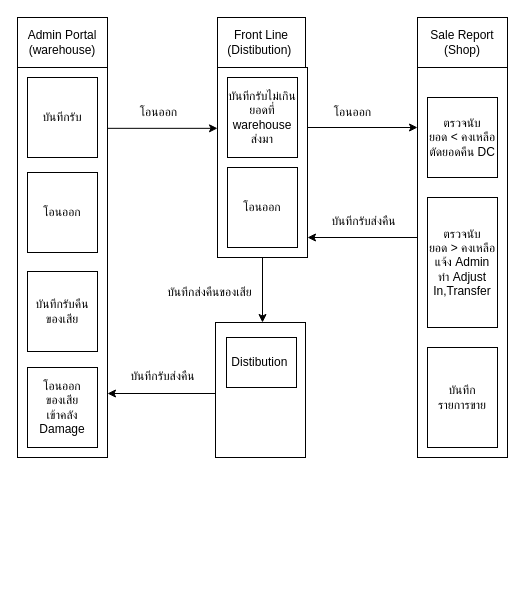
This is .@Doc/Diagram/ProductStock Diagram.drawio from Arnan-TiTo/ADWPORTAL, a draw.io file, before an edit. Source tidied: cells renumbered, new cells numbered last; positions are measured from the earlier drawing's top-left corner, leaving out a move shared by most shapes. Both pictures are drawn from the tidied source at 100%, with x=0, y=0 at pixel (17, 17).
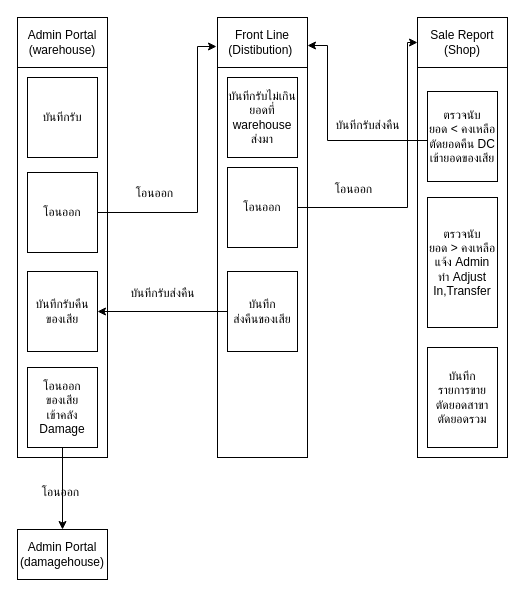
The same page after the edit.

Unchanged cells that the change refers to:
```xml
<mxCell id="2" style="html=1;points=[[0,0,0,0,5],[0,1,0,0,-5],[1,0,0,0,5],[1,1,0,0,-5]];perimeter=orthogonalPerimeter;outlineConnect=0;targetShapes=umlLifeline;portConstraint=eastwest;newEdgeStyle={&quot;curved&quot;:0,&quot;rounded&quot;:0};" parent="1" vertex="1">
  <mxGeometry y="50" width="90" height="390" as="geometry" />
</mxCell>
<mxCell id="6" style="html=1;points=[[0,0,0,0,5],[0,1,0,0,-5],[1,0,0,0,5],[1,1,0,0,-5]];perimeter=orthogonalPerimeter;outlineConnect=0;targetShapes=umlLifeline;portConstraint=eastwest;newEdgeStyle={&quot;curved&quot;:0,&quot;rounded&quot;:0};" parent="1" vertex="1">
  <mxGeometry x="400" y="50" width="90" height="390" as="geometry" />
</mxCell>
<mxCell id="7" value="Sale Report&lt;br&gt;(Shop)" style="html=1;whiteSpace=wrap;" parent="1" vertex="1">
  <mxGeometry x="400" width="90" height="50" as="geometry" />
</mxCell>
<mxCell id="23" value="&amp;nbsp;โอนออก&amp;nbsp;" style="whiteSpace=wrap;html=1;" parent="1" vertex="1">
  <mxGeometry x="210" y="150" width="70" height="80" as="geometry" />
</mxCell>
<mxCell id="26" value="โอนออก" style="whiteSpace=wrap;html=1;" parent="1" vertex="1">
  <mxGeometry x="10" y="155" width="70" height="80" as="geometry" />
</mxCell>
<mxCell id="27" value="บันทึกรับคืน&lt;div&gt;ของเสีย&lt;/div&gt;" style="whiteSpace=wrap;html=1;" parent="1" vertex="1">
  <mxGeometry x="10" y="254" width="70" height="80" as="geometry" />
</mxCell>
<mxCell id="28" value="โอนออก&lt;div&gt;ของเสีย&lt;/div&gt;&lt;div&gt;เข้าคลัง&lt;/div&gt;&lt;div&gt;Damage&lt;/div&gt;" style="whiteSpace=wrap;html=1;" parent="1" vertex="1">
  <mxGeometry x="10" y="350" width="70" height="80" as="geometry" />
</mxCell>
```

Change to the diagram source:
```diff
@@
     <mxCell id="4" style="html=1;points=[[0,0,0,0,5],[0,1,0,0,-5],[1,0,0,0,5],[1,1,0,0,-5]];perimeter=orthogonalPerimeter;outlineConnect=0;targetShapes=umlLifeline;portConstraint=eastwest;newEdgeStyle={&quot;curved&quot;:0,&quot;rounded&quot;:0};" parent="1" vertex="1">
-      <mxGeometry x="200" y="50" width="90" height="190" as="geometry" />
+      <mxGeometry x="200" y="50" width="90" height="390" as="geometry" />
     </mxCell>
     <mxCell id="5" value="Front Line&lt;br&gt;(Distibution)&amp;nbsp;" style="html=1;whiteSpace=wrap;" parent="1" vertex="1">
-      <mxGeometry x="200" width="88" height="50" as="geometry" />
+      <mxGeometry x="200" width="90" height="50" as="geometry" />
     </mxCell>
@@
-    <mxCell id="8" style="edgeStyle=none;jettySize=auto;html=1;rounded=0;exitX=1;exitY=0.156;exitDx=0;exitDy=0;exitPerimeter=0;" parent="1" edge="1" source="2" target="4">
-      <mxGeometry relative="1" as="geometry" />
+    <mxCell id="8" style="edgeStyle=none;jettySize=auto;html=1;rounded=0;" parent="1" edge="1" source="26">
+      <mxGeometry relative="1" as="geometry">
+        <mxPoint x="199" y="29" as="targetPoint" />
+        <Array as="points">
+          <mxPoint x="180" y="195" />
+          <mxPoint x="180" y="29" />
+        </Array>
+      </mxGeometry>
     </mxCell>
     <mxCell id="9" value="โอนออก" style="text;html=1;align=center;verticalAlign=middle;strokeColor=none;fillColor=none;" parent="1" vertex="1">
-      <mxGeometry x="106" y="80" width="70" height="30" as="geometry" />
+      <mxGeometry x="102" y="161" width="70" height="30" as="geometry" />
     </mxCell>
-    <mxCell id="10" style="edgeStyle=none;orthogonalLoop=1;jettySize=auto;html=1;rounded=0;exitX=1;exitY=0.156;exitDx=0;exitDy=0;exitPerimeter=0;" parent="1" edge="1">
+    <mxCell id="10" style="edgeStyle=none;jettySize=auto;html=1;rounded=0;exitX=1;exitY=0.5;exitDx=0;exitDy=0;entryX=0;entryY=0.5;entryDx=0;entryDy=0;" parent="1" edge="1" source="23" target="7">
       <mxGeometry relative="1" as="geometry">
-        <mxPoint x="290" y="110" as="sourcePoint" />
-        <mxPoint x="400" y="110" as="targetPoint" />
+        <Array as="points">
+          <mxPoint x="390" y="190" />
+          <mxPoint x="390" y="25" />
+        </Array>
       </mxGeometry>
     </mxCell>
     <mxCell id="11" value="โอนออก" style="text;html=1;align=center;verticalAlign=middle;strokeColor=none;fillColor=none;" parent="1" vertex="1">
-      <mxGeometry x="300" y="80" width="70" height="30" as="geometry" />
+      <mxGeometry x="301" y="157" width="70" height="30" as="geometry" />
     </mxCell>
-    <mxCell id="12" style="html=1;points=[[0,0,0,0,5],[0,1,0,0,-5],[1,0,0,0,5],[1,1,0,0,-5]];perimeter=orthogonalPerimeter;outlineConnect=0;targetShapes=umlLifeline;portConstraint=eastwest;newEdgeStyle={&quot;curved&quot;:0,&quot;rounded&quot;:0};" parent="1" vertex="1">
-      <mxGeometry x="198" y="305" width="90" height="135" as="geometry" />
-    </mxCell>
-    <mxCell id="13" value="Distibution&amp;nbsp;" style="html=1;whiteSpace=wrap;" parent="1" vertex="1">
-      <mxGeometry x="209" y="320" width="70" height="50" as="geometry" />
-    </mxCell>
-    <mxCell id="14" style="edgeStyle=none;jettySize=auto;html=1;rounded=0;" parent="1" edge="1" source="4" target="12">
-      <mxGeometry relative="1" as="geometry" />
-    </mxCell>
-    <mxCell id="15" value="บันทึกส่งคืนของเสีย" style="text;html=1;align=center;verticalAlign=middle;strokeColor=none;fillColor=none;" parent="1" vertex="1">
-      <mxGeometry x="132" y="260" width="120" height="30" as="geometry" />
-    </mxCell>
@@
-    <mxCell id="17" style="edgeStyle=none;orthogonalLoop=1;jettySize=auto;html=1;rounded=0;entryX=1;entryY=1;entryDx=0;entryDy=-5;entryPerimeter=0;" parent="1" edge="1">
-      <mxGeometry relative="1" as="geometry">
-        <mxPoint x="198" y="376" as="sourcePoint" />
-        <mxPoint x="90" y="376" as="targetPoint" />
-      </mxGeometry>
+    <mxCell id="17" style="edgeStyle=none;jettySize=auto;html=1;rounded=0;" parent="1" edge="1" source="29" target="27">
+      <mxGeometry relative="1" as="geometry" />
     </mxCell>
     <mxCell id="18" value="บันทีกรับส่งคืน" style="text;html=1;align=center;verticalAlign=middle;strokeColor=none;fillColor=none;" parent="1" vertex="1">
-      <mxGeometry x="100" y="344" width="90" height="30" as="geometry" />
+      <mxGeometry x="100" y="261" width="90" height="30" as="geometry" />
     </mxCell>
-    <mxCell id="19" value="ตรวจนับ&lt;br&gt;ยอด &amp;lt; คงเหลือ&lt;br&gt;ตัดยอดคืน DC" style="whiteSpace=wrap;html=1;" parent="1" vertex="1">
-      <mxGeometry x="410" y="80" width="70" height="80" as="geometry" />
+    <mxCell id="19" value="ตรวจนับ&lt;br&gt;ยอด &amp;lt; คงเหลือ&lt;br&gt;ตัดยอดคืน DC เข้ายอดของเสีย" style="whiteSpace=wrap;html=1;" parent="1" vertex="1">
+      <mxGeometry x="410" y="74" width="70" height="90" as="geometry" />
     </mxCell>
     <mxCell id="20" value="บันทีกรับส่งคืน" style="text;html=1;align=center;verticalAlign=middle;strokeColor=none;fillColor=none;" parent="1" vertex="1">
-      <mxGeometry x="301" y="189" width="90" height="30" as="geometry" />
+      <mxGeometry x="305" y="93" width="90" height="30" as="geometry" />
     </mxCell>
-    <mxCell id="21" style="edgeStyle=none;jettySize=auto;html=1;rounded=0;entryX=0.97;entryY=0.893;entryDx=0;entryDy=0;entryPerimeter=0;" parent="1" edge="1" source="6">
+    <mxCell id="21" style="edgeStyle=none;orthogonalLoop=1;jettySize=auto;html=1;rounded=0;exitX=0;exitY=0.5;exitDx=0;exitDy=0;entryX=1;entryY=0.5;entryDx=0;entryDy=0;" parent="1" edge="1">
       <mxGeometry relative="1" as="geometry">
-        <mxPoint x="290" y="220" as="targetPoint" />
+        <mxPoint x="410" y="123" as="sourcePoint" />
+        <mxPoint x="290" y="28" as="targetPoint" />
+        <Array as="points">
+          <mxPoint x="310" y="123" />
+          <mxPoint x="310" y="28" />
+        </Array>
       </mxGeometry>
     </mxCell>
@@
-    <mxCell id="24" value="บันทึก&lt;div&gt;รายการขาย&lt;/div&gt;" style="whiteSpace=wrap;html=1;" parent="1" vertex="1">
+    <mxCell id="24" value="บันทึก&lt;div&gt;รายการขาย&lt;/div&gt;&lt;div&gt;ตัดยอดสาขา&lt;/div&gt;&lt;div&gt;ตัดยอดรวม&lt;/div&gt;" style="whiteSpace=wrap;html=1;" parent="1" vertex="1">
       <mxGeometry x="410" y="330" width="70" height="100" as="geometry" />
     </mxCell>
@@
+    <mxCell id="29" value="&lt;span style=&quot;text-wrap-mode: nowrap;&quot;&gt;บันทึก&lt;/span&gt;&lt;div&gt;&lt;span style=&quot;text-wrap-mode: nowrap;&quot;&gt;ส่งคืนของเสีย&lt;/span&gt;&lt;/div&gt;" style="whiteSpace=wrap;html=1;" parent="1" vertex="1">
+      <mxGeometry x="210" y="254" width="70" height="80" as="geometry" />
+    </mxCell>
+    <mxCell id="30" value="&lt;div&gt;Admin Portal&lt;/div&gt;(damagehouse)" style="html=1;whiteSpace=wrap;" parent="1" vertex="1">
+      <mxGeometry y="512" width="90" height="50" as="geometry" />
+    </mxCell>
+    <mxCell id="31" style="edgeStyle=none;jettySize=auto;html=1;rounded=0;exitX=0.5;exitY=1;exitDx=0;exitDy=0;entryX=0.5;entryY=0;entryDx=0;entryDy=0;" parent="1" edge="1" source="28" target="30">
+      <mxGeometry relative="1" as="geometry" />
+    </mxCell>
+    <mxCell id="32" value="โอนออก" style="text;html=1;align=center;verticalAlign=middle;strokeColor=none;fillColor=none;" parent="1" vertex="1">
+      <mxGeometry x="8" y="460" width="70" height="30" as="geometry" />
+    </mxCell>
```
